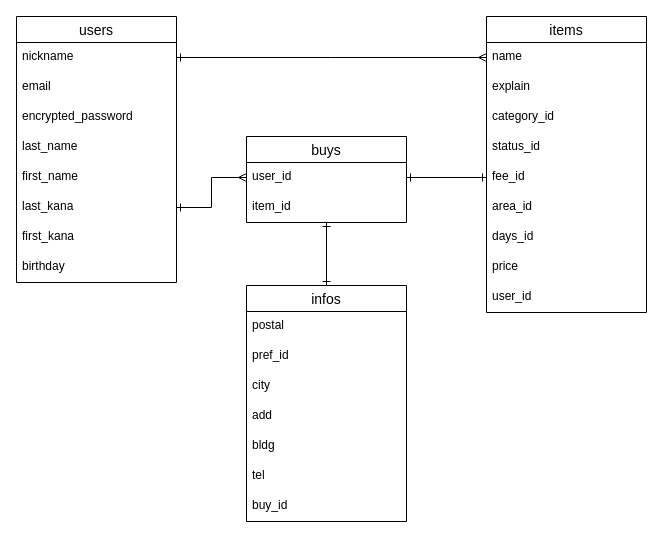
Earlier version of the draw.io diagram table.dio (o281700/furima-32118). Source tidied: cells renumbered, new cells numbered last; positions are measured from the earlier drawing's top-left corner, leaving out a move shared by most shapes. Both pictures are drawn from the tidied source at 100%, with x=0, y=0 at pixel (16, 16).
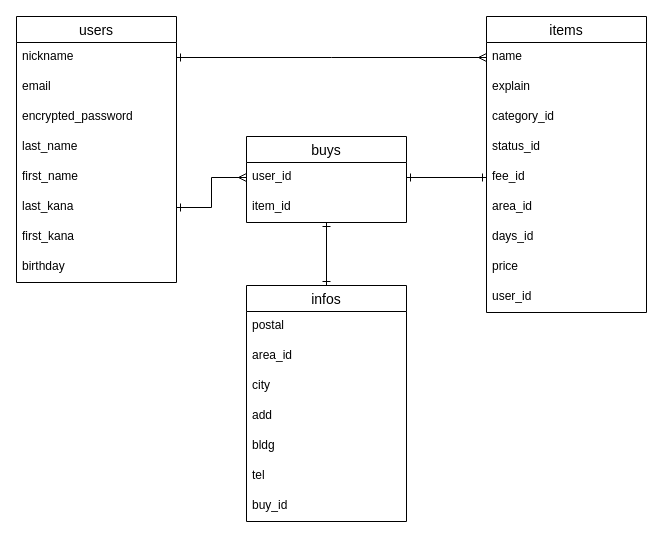
The same diagram, later.

Commit message (it also covers changes not shown here):
READMEの表記統一

The change refers to these unchanged cells:
```xml
<mxCell id="22" value="infos" style="swimlane;fontStyle=0;horizontal=1;startSize=26;align=center;fontSize=14;" parent="1" vertex="1">
  <mxGeometry x="230" y="269" width="160" height="236" as="geometry" />
</mxCell>
```

The edit, as a diff of the source:
```diff
@@
-    <mxCell id="24" value="pref_id" style="text;strokeColor=none;fillColor=none;spacingLeft=4;spacingRight=4;overflow=hidden;fontSize=12;" parent="22" vertex="1">
+    <mxCell id="24" value="area_id" style="text;strokeColor=none;fillColor=none;spacingLeft=4;spacingRight=4;overflow=hidden;fontSize=12;" parent="22" vertex="1">
       <mxGeometry y="56" width="160" height="30" as="geometry" />
     </mxCell>
```
